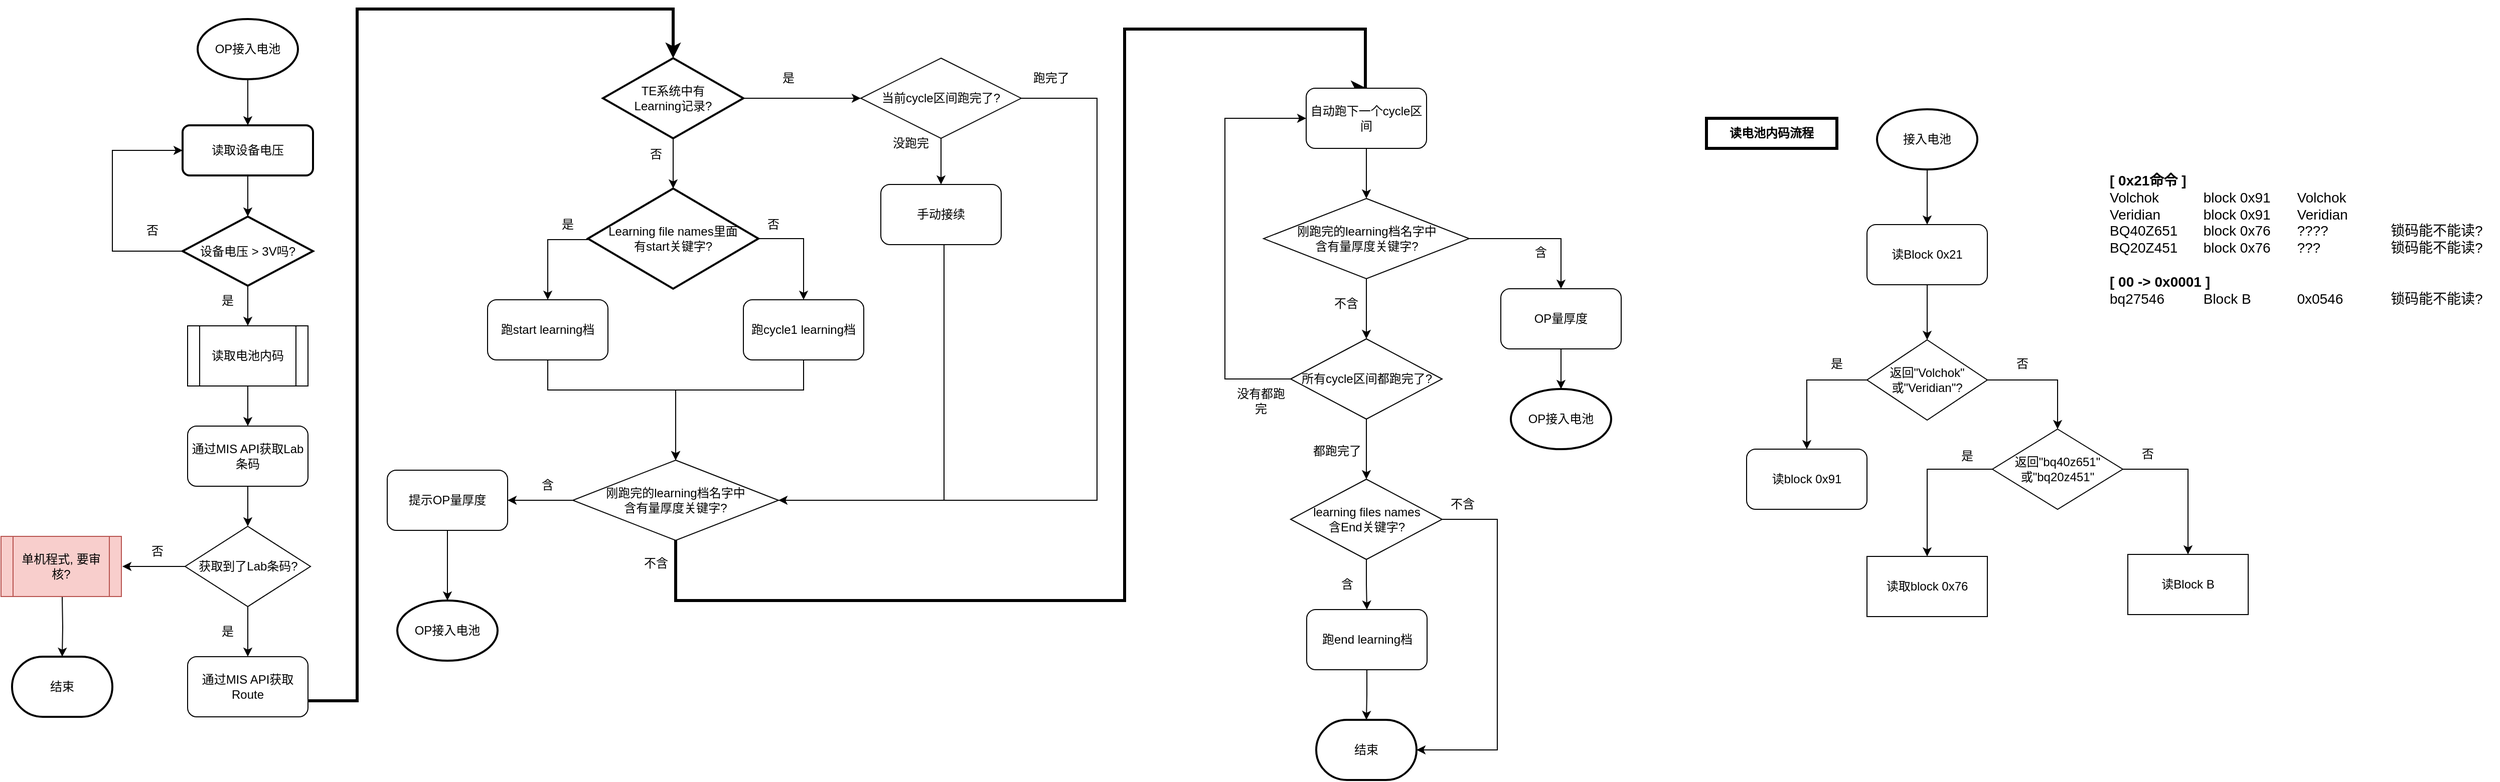
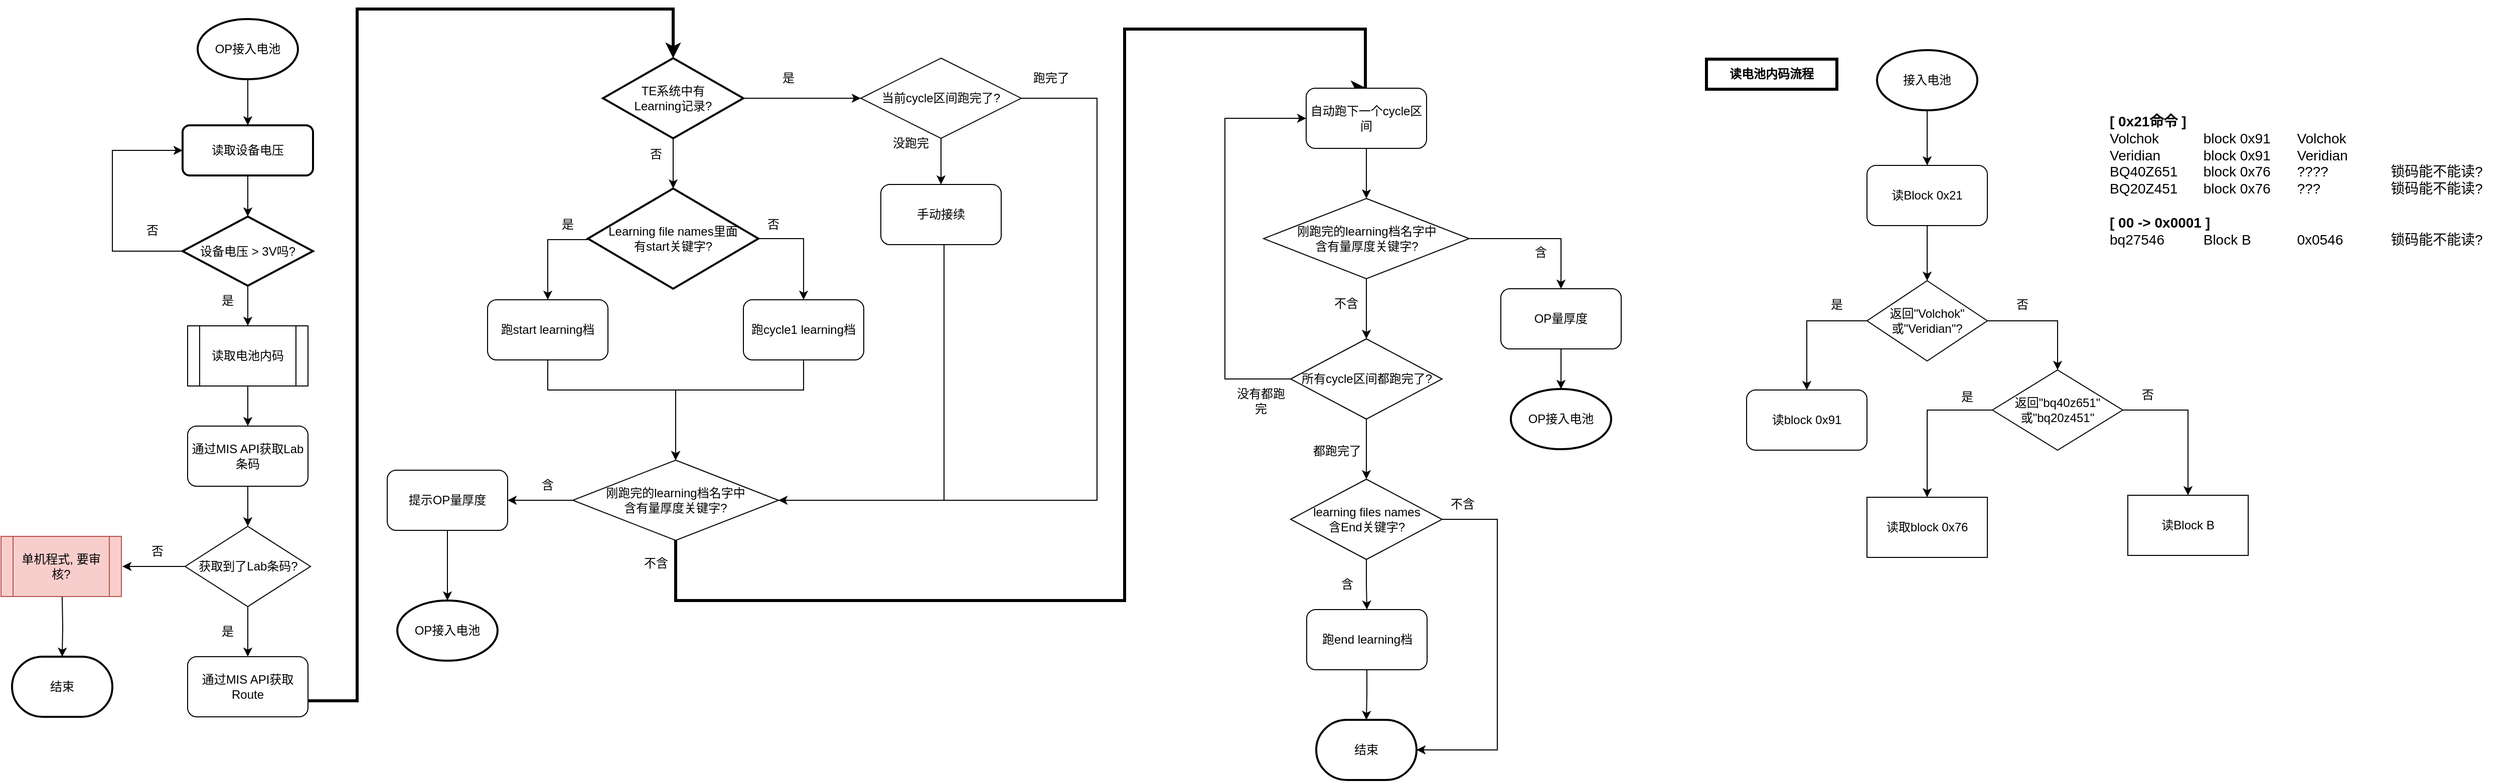
<mxfile host="app.diagrams.net">
  <diagram name="第 1 页" id="3HldnIOuQtLrwHUO-1mN">
    <mxGraphModel dx="1318" dy="774" grid="1" gridSize="10" guides="1" tooltips="1" connect="1" arrows="1" fold="1" page="1" pageScale="1" pageWidth="1169" pageHeight="827" background="#FFFFFF" math="0" shadow="0">
      <root>
        <mxCell id="0" />
        <mxCell id="1" parent="0" />
        <mxCell id="qRa3hty1LtdxE0hFs_0w-8" edge="1" parent="1" source="qRa3hty1LtdxE0hFs_0w-4" style="edgeStyle=orthogonalEdgeStyle;rounded=0;orthogonalLoop=1;jettySize=auto;html=1;" target="qRa3hty1LtdxE0hFs_0w-6" value="">
          <mxGeometry relative="1" as="geometry" />
        </mxCell>
        <mxCell id="qRa3hty1LtdxE0hFs_0w-4" parent="1" style="strokeWidth=2;html=1;shape=mxgraph.flowchart.start_1;whiteSpace=wrap;" value="OP接入电池" vertex="1">
          <mxGeometry height="60" width="100" x="216" y="20" as="geometry" />
        </mxCell>
        <mxCell id="qRa3hty1LtdxE0hFs_0w-9" edge="1" parent="1" source="qRa3hty1LtdxE0hFs_0w-6" style="edgeStyle=orthogonalEdgeStyle;rounded=0;orthogonalLoop=1;jettySize=auto;html=1;" target="qRa3hty1LtdxE0hFs_0w-7" value="">
          <mxGeometry relative="1" as="geometry" />
        </mxCell>
        <mxCell id="qRa3hty1LtdxE0hFs_0w-6" parent="1" style="rounded=1;whiteSpace=wrap;html=1;absoluteArcSize=1;arcSize=14;strokeWidth=2;" value="读取设备电压" vertex="1">
          <mxGeometry height="50" width="130" x="201" y="126" as="geometry" />
        </mxCell>
        <mxCell id="qRa3hty1LtdxE0hFs_0w-14" edge="1" parent="1" source="qRa3hty1LtdxE0hFs_0w-7" style="edgeStyle=orthogonalEdgeStyle;rounded=0;orthogonalLoop=1;jettySize=auto;html=1;" target="qRa3hty1LtdxE0hFs_0w-13" value="">
          <mxGeometry relative="1" as="geometry" />
        </mxCell>
        <mxCell id="qRa3hty1LtdxE0hFs_0w-25" edge="1" parent="1" source="qRa3hty1LtdxE0hFs_0w-7" style="edgeStyle=orthogonalEdgeStyle;rounded=0;orthogonalLoop=1;jettySize=auto;html=1;entryX=0;entryY=0.5;entryDx=0;entryDy=0;" target="qRa3hty1LtdxE0hFs_0w-6">
          <mxGeometry relative="1" as="geometry">
            <Array as="points">
              <mxPoint x="131" y="252" />
              <mxPoint x="131" y="151" />
            </Array>
            <mxPoint x="411" y="146" as="targetPoint" />
          </mxGeometry>
        </mxCell>
        <mxCell id="qRa3hty1LtdxE0hFs_0w-7" parent="1" style="strokeWidth=2;html=1;shape=mxgraph.flowchart.decision;whiteSpace=wrap;" value="设备电压 &amp;gt; 3V吗?" vertex="1">
          <mxGeometry height="69" width="130" x="201" y="217" as="geometry" />
        </mxCell>
        <mxCell id="qRa3hty1LtdxE0hFs_0w-11" parent="1" style="text;html=1;whiteSpace=wrap;strokeColor=none;fillColor=none;align=center;verticalAlign=middle;rounded=0;" value="&lt;div&gt;否&lt;/div&gt;" vertex="1">
          <mxGeometry height="30" width="60" x="141" y="216" as="geometry" />
        </mxCell>
        <mxCell id="qRa3hty1LtdxE0hFs_0w-12" parent="1" style="text;html=1;whiteSpace=wrap;strokeColor=none;fillColor=none;align=center;verticalAlign=middle;rounded=0;" value="&lt;div&gt;是&lt;/div&gt;" vertex="1">
          <mxGeometry height="30" width="60" x="216" y="286" as="geometry" />
        </mxCell>
        <mxCell id="qRa3hty1LtdxE0hFs_0w-16" edge="1" parent="1" source="qRa3hty1LtdxE0hFs_0w-13" style="edgeStyle=orthogonalEdgeStyle;rounded=0;orthogonalLoop=1;jettySize=auto;html=1;" target="qRa3hty1LtdxE0hFs_0w-15" value="">
          <mxGeometry relative="1" as="geometry" />
        </mxCell>
        <mxCell id="qRa3hty1LtdxE0hFs_0w-13" parent="1" style="shape=process;whiteSpace=wrap;html=1;backgroundOutline=1;" value="读取电池内码" vertex="1">
          <mxGeometry height="60" width="120" x="206" y="326" as="geometry" />
        </mxCell>
        <mxCell id="qRa3hty1LtdxE0hFs_0w-20" edge="1" parent="1" source="qRa3hty1LtdxE0hFs_0w-15" style="edgeStyle=orthogonalEdgeStyle;rounded=0;orthogonalLoop=1;jettySize=auto;html=1;" target="qRa3hty1LtdxE0hFs_0w-19" value="">
          <mxGeometry relative="1" as="geometry" />
        </mxCell>
        <mxCell id="qRa3hty1LtdxE0hFs_0w-15" parent="1" style="rounded=1;whiteSpace=wrap;html=1;" value="通过MIS API获取Lab条码" vertex="1">
          <mxGeometry height="60" width="120" x="206" y="426" as="geometry" />
        </mxCell>
        <mxCell id="qRa3hty1LtdxE0hFs_0w-31" edge="1" parent="1" source="qRa3hty1LtdxE0hFs_0w-17" style="edgeStyle=orthogonalEdgeStyle;rounded=0;orthogonalLoop=1;jettySize=auto;html=1;entryX=0.5;entryY=0;entryDx=0;entryDy=0;entryPerimeter=0;strokeWidth=3;" target="qRa3hty1LtdxE0hFs_0w-30" value="">
          <mxGeometry relative="1" as="geometry">
            <Array as="points">
              <mxPoint x="375" y="700" />
              <mxPoint x="375" y="10" />
              <mxPoint x="690" y="10" />
            </Array>
          </mxGeometry>
        </mxCell>
        <mxCell id="qRa3hty1LtdxE0hFs_0w-17" parent="1" style="rounded=1;whiteSpace=wrap;html=1;" value="通过MIS API获取Route" vertex="1">
          <mxGeometry height="60" width="120" x="206" y="656" as="geometry" />
        </mxCell>
        <mxCell id="qRa3hty1LtdxE0hFs_0w-21" edge="1" parent="1" source="qRa3hty1LtdxE0hFs_0w-19" style="edgeStyle=orthogonalEdgeStyle;rounded=0;orthogonalLoop=1;jettySize=auto;html=1;" target="qRa3hty1LtdxE0hFs_0w-17" value="">
          <mxGeometry relative="1" as="geometry" />
        </mxCell>
        <mxCell id="qRa3hty1LtdxE0hFs_0w-27" edge="1" parent="1" source="qRa3hty1LtdxE0hFs_0w-19" style="edgeStyle=orthogonalEdgeStyle;rounded=0;orthogonalLoop=1;jettySize=auto;html=1;" value="">
          <mxGeometry relative="1" as="geometry">
            <mxPoint x="141" y="566" as="targetPoint" />
          </mxGeometry>
        </mxCell>
        <mxCell id="qRa3hty1LtdxE0hFs_0w-19" parent="1" style="rhombus;whiteSpace=wrap;html=1;" value="获取到了Lab条码?" vertex="1">
          <mxGeometry height="80" width="125" x="203.5" y="526" as="geometry" />
        </mxCell>
        <mxCell id="qRa3hty1LtdxE0hFs_0w-22" parent="1" style="text;html=1;whiteSpace=wrap;strokeColor=none;fillColor=none;align=center;verticalAlign=middle;rounded=0;" value="是" vertex="1">
          <mxGeometry height="30" width="60" x="216" y="616" as="geometry" />
        </mxCell>
        <mxCell id="qRa3hty1LtdxE0hFs_0w-29" edge="1" parent="1" style="edgeStyle=orthogonalEdgeStyle;rounded=0;orthogonalLoop=1;jettySize=auto;html=1;" target="qRa3hty1LtdxE0hFs_0w-28" value="">
          <mxGeometry relative="1" as="geometry">
            <mxPoint x="81" y="596" as="sourcePoint" />
          </mxGeometry>
        </mxCell>
        <mxCell id="qRa3hty1LtdxE0hFs_0w-26" parent="1" style="shape=process;whiteSpace=wrap;html=1;backgroundOutline=1;fillColor=#f8cecc;strokeColor=#b85450;" value="单机程式, 要审核?" vertex="1">
          <mxGeometry height="60" width="120" x="20" y="536" as="geometry" />
        </mxCell>
        <mxCell id="qRa3hty1LtdxE0hFs_0w-28" parent="1" style="strokeWidth=2;html=1;shape=mxgraph.flowchart.terminator;whiteSpace=wrap;" value="结束" vertex="1">
          <mxGeometry height="60" width="100" x="31" y="656" as="geometry" />
        </mxCell>
        <mxCell id="qRa3hty1LtdxE0hFs_0w-34" edge="1" parent="1" source="qRa3hty1LtdxE0hFs_0w-30" style="edgeStyle=orthogonalEdgeStyle;rounded=0;orthogonalLoop=1;jettySize=auto;html=1;" target="qRa3hty1LtdxE0hFs_0w-33" value="">
          <mxGeometry relative="1" as="geometry" />
        </mxCell>
        <mxCell id="qRa3hty1LtdxE0hFs_0w-38" edge="1" parent="1" source="qRa3hty1LtdxE0hFs_0w-30" style="edgeStyle=orthogonalEdgeStyle;rounded=0;orthogonalLoop=1;jettySize=auto;html=1;" target="qRa3hty1LtdxE0hFs_0w-37" value="">
          <mxGeometry relative="1" as="geometry" />
        </mxCell>
        <mxCell id="qRa3hty1LtdxE0hFs_0w-30" parent="1" style="strokeWidth=2;html=1;shape=mxgraph.flowchart.decision;whiteSpace=wrap;" value="&lt;div&gt;TE系统中有&lt;/div&gt;&lt;div&gt;Learning记录?&lt;/div&gt;" vertex="1">
          <mxGeometry height="80" width="140" x="620" y="59" as="geometry" />
        </mxCell>
        <mxCell id="qRa3hty1LtdxE0hFs_0w-45" edge="1" parent="1" source="qRa3hty1LtdxE0hFs_0w-33" style="edgeStyle=orthogonalEdgeStyle;rounded=0;orthogonalLoop=1;jettySize=auto;html=1;" target="qRa3hty1LtdxE0hFs_0w-44" value="">
          <mxGeometry relative="1" as="geometry">
            <Array as="points">
              <mxPoint x="565" y="240" />
            </Array>
          </mxGeometry>
        </mxCell>
        <mxCell id="qRa3hty1LtdxE0hFs_0w-67" edge="1" parent="1" source="qRa3hty1LtdxE0hFs_0w-33" style="edgeStyle=orthogonalEdgeStyle;rounded=0;orthogonalLoop=1;jettySize=auto;html=1;entryX=0.5;entryY=0;entryDx=0;entryDy=0;exitX=1;exitY=0.5;exitDx=0;exitDy=0;exitPerimeter=0;" target="qRa3hty1LtdxE0hFs_0w-66">
          <mxGeometry relative="1" as="geometry" />
        </mxCell>
        <mxCell id="qRa3hty1LtdxE0hFs_0w-33" parent="1" style="strokeWidth=2;html=1;shape=mxgraph.flowchart.decision;whiteSpace=wrap;" value="&lt;div&gt;Learning file names里面&lt;/div&gt;&lt;div&gt;有start关键字?&lt;/div&gt;" vertex="1">
          <mxGeometry height="100" width="170" x="605" y="189" as="geometry" />
        </mxCell>
        <mxCell id="qRa3hty1LtdxE0hFs_0w-35" parent="1" style="text;html=1;whiteSpace=wrap;strokeColor=none;fillColor=none;align=center;verticalAlign=middle;rounded=0;" value="否" vertex="1">
          <mxGeometry height="30" width="60" x="642.5" y="140" as="geometry" />
        </mxCell>
        <mxCell id="qRa3hty1LtdxE0hFs_0w-36" parent="1" style="text;html=1;whiteSpace=wrap;strokeColor=none;fillColor=none;align=center;verticalAlign=middle;rounded=0;" value="是" vertex="1">
          <mxGeometry height="30" width="60" x="775" y="64" as="geometry" />
        </mxCell>
        <mxCell id="qRa3hty1LtdxE0hFs_0w-40" edge="1" parent="1" source="qRa3hty1LtdxE0hFs_0w-37" style="edgeStyle=orthogonalEdgeStyle;rounded=0;orthogonalLoop=1;jettySize=auto;html=1;" target="qRa3hty1LtdxE0hFs_0w-39" value="">
          <mxGeometry relative="1" as="geometry" />
        </mxCell>
        <mxCell id="qRa3hty1LtdxE0hFs_0w-115" edge="1" parent="1" style="edgeStyle=orthogonalEdgeStyle;rounded=0;orthogonalLoop=1;jettySize=auto;html=1;entryX=1;entryY=0.5;entryDx=0;entryDy=0;">
          <mxGeometry relative="1" as="geometry">
            <Array as="points">
              <mxPoint x="1112.5" y="99" />
              <mxPoint x="1112.5" y="500" />
            </Array>
            <mxPoint x="1022.5" y="99" as="sourcePoint" />
            <mxPoint x="767.5" y="500" as="targetPoint" />
          </mxGeometry>
        </mxCell>
        <mxCell id="qRa3hty1LtdxE0hFs_0w-37" parent="1" style="rhombus;whiteSpace=wrap;html=1;" value="当前cycle区间跑完了?" vertex="1">
          <mxGeometry height="80" width="160" x="877" y="59" as="geometry" />
        </mxCell>
        <mxCell id="qRa3hty1LtdxE0hFs_0w-74" edge="1" parent="1" source="qRa3hty1LtdxE0hFs_0w-39" style="edgeStyle=orthogonalEdgeStyle;rounded=0;orthogonalLoop=1;jettySize=auto;html=1;entryX=1;entryY=0.5;entryDx=0;entryDy=0;exitX=0.5;exitY=1;exitDx=0;exitDy=0;" target="qRa3hty1LtdxE0hFs_0w-49">
          <mxGeometry relative="1" as="geometry">
            <Array as="points">
              <mxPoint x="960" y="245" />
              <mxPoint x="960" y="500" />
            </Array>
            <mxPoint x="1005" y="240" as="sourcePoint" />
          </mxGeometry>
        </mxCell>
        <mxCell id="qRa3hty1LtdxE0hFs_0w-39" parent="1" style="rounded=1;whiteSpace=wrap;html=1;" value="手动接续" vertex="1">
          <mxGeometry height="60" width="120" x="897" y="185" as="geometry" />
        </mxCell>
        <mxCell id="qRa3hty1LtdxE0hFs_0w-41" parent="1" style="text;html=1;whiteSpace=wrap;strokeColor=none;fillColor=none;align=center;verticalAlign=middle;rounded=0;" value="没跑完" vertex="1">
          <mxGeometry height="30" width="60" x="897" y="129" as="geometry" />
        </mxCell>
        <mxCell id="qRa3hty1LtdxE0hFs_0w-71" edge="1" parent="1" source="qRa3hty1LtdxE0hFs_0w-44" style="edgeStyle=orthogonalEdgeStyle;rounded=0;orthogonalLoop=1;jettySize=auto;html=1;entryX=0.5;entryY=0;entryDx=0;entryDy=0;" target="qRa3hty1LtdxE0hFs_0w-49">
          <mxGeometry relative="1" as="geometry">
            <Array as="points">
              <mxPoint x="565" y="390" />
              <mxPoint x="693" y="390" />
            </Array>
          </mxGeometry>
        </mxCell>
        <mxCell id="qRa3hty1LtdxE0hFs_0w-44" parent="1" style="rounded=1;whiteSpace=wrap;html=1;" value="跑start learning档" vertex="1">
          <mxGeometry height="60" width="120" x="505" y="300" as="geometry" />
        </mxCell>
        <mxCell id="qRa3hty1LtdxE0hFs_0w-46" parent="1" style="text;html=1;whiteSpace=wrap;strokeColor=none;fillColor=none;align=center;verticalAlign=middle;rounded=0;" value="是" vertex="1">
          <mxGeometry height="30" width="60" x="555" y="210" as="geometry" />
        </mxCell>
        <mxCell id="qRa3hty1LtdxE0hFs_0w-52" edge="1" parent="1" source="qRa3hty1LtdxE0hFs_0w-49" style="edgeStyle=orthogonalEdgeStyle;rounded=0;orthogonalLoop=1;jettySize=auto;html=1;" target="qRa3hty1LtdxE0hFs_0w-51" value="">
          <mxGeometry relative="1" as="geometry" />
        </mxCell>
        <mxCell id="qRa3hty1LtdxE0hFs_0w-129" edge="1" parent="1" source="qRa3hty1LtdxE0hFs_0w-49" style="edgeStyle=orthogonalEdgeStyle;rounded=0;orthogonalLoop=1;jettySize=auto;html=1;entryX=0.5;entryY=0;entryDx=0;entryDy=0;exitX=0.5;exitY=1;exitDx=0;exitDy=0;strokeWidth=3;" target="qRa3hty1LtdxE0hFs_0w-55">
          <mxGeometry relative="1" as="geometry">
            <Array as="points">
              <mxPoint x="692" y="600" />
              <mxPoint x="1140" y="600" />
              <mxPoint x="1140" y="30" />
              <mxPoint x="1380" y="30" />
              <mxPoint x="1380" y="89" />
            </Array>
          </mxGeometry>
        </mxCell>
        <mxCell id="qRa3hty1LtdxE0hFs_0w-49" parent="1" style="rhombus;whiteSpace=wrap;html=1;" value="&lt;div&gt;刚跑完的learning档名字中&lt;/div&gt;&lt;div&gt;含有量厚度关键字?&lt;/div&gt;" vertex="1">
          <mxGeometry height="80" width="205" x="590" y="460" as="geometry" />
        </mxCell>
        <mxCell id="qRa3hty1LtdxE0hFs_0w-102" edge="1" parent="1" source="qRa3hty1LtdxE0hFs_0w-51" style="edgeStyle=orthogonalEdgeStyle;rounded=0;orthogonalLoop=1;jettySize=auto;html=1;" target="qRa3hty1LtdxE0hFs_0w-101" value="">
          <mxGeometry relative="1" as="geometry" />
        </mxCell>
        <mxCell id="qRa3hty1LtdxE0hFs_0w-51" parent="1" style="rounded=1;whiteSpace=wrap;html=1;" value="提示OP量厚度" vertex="1">
          <mxGeometry height="60" width="120" x="405" y="470" as="geometry" />
        </mxCell>
        <mxCell id="qRa3hty1LtdxE0hFs_0w-53" parent="1" style="text;html=1;whiteSpace=wrap;strokeColor=none;fillColor=none;align=center;verticalAlign=middle;rounded=0;" value="&lt;div&gt;含&lt;/div&gt;" vertex="1">
          <mxGeometry height="30" width="60" x="535" y="470" as="geometry" />
        </mxCell>
        <mxCell id="qRa3hty1LtdxE0hFs_0w-130" edge="1" parent="1" source="qRa3hty1LtdxE0hFs_0w-55" style="edgeStyle=orthogonalEdgeStyle;rounded=0;orthogonalLoop=1;jettySize=auto;html=1;" target="qRa3hty1LtdxE0hFs_0w-88" value="">
          <mxGeometry relative="1" as="geometry" />
        </mxCell>
        <mxCell id="qRa3hty1LtdxE0hFs_0w-55" parent="1" style="rounded=1;whiteSpace=wrap;html=1;" value="自动跑下一个cycle区间" vertex="1">
          <mxGeometry height="60" width="120" x="1321" y="89" as="geometry" />
        </mxCell>
        <mxCell id="qRa3hty1LtdxE0hFs_0w-57" parent="1" style="text;html=1;whiteSpace=wrap;strokeColor=none;fillColor=none;align=center;verticalAlign=middle;rounded=0;" value="否" vertex="1">
          <mxGeometry height="30" width="60" x="146" y="536" as="geometry" />
        </mxCell>
        <mxCell id="qRa3hty1LtdxE0hFs_0w-58" parent="1" style="text;html=1;whiteSpace=wrap;strokeColor=none;fillColor=none;align=center;verticalAlign=middle;rounded=0;" value="跑完了" vertex="1">
          <mxGeometry height="30" width="60" x="1037" y="64" as="geometry" />
        </mxCell>
        <mxCell id="qRa3hty1LtdxE0hFs_0w-73" edge="1" parent="1" source="qRa3hty1LtdxE0hFs_0w-66" style="edgeStyle=orthogonalEdgeStyle;rounded=0;orthogonalLoop=1;jettySize=auto;html=1;entryX=0.5;entryY=0;entryDx=0;entryDy=0;" target="qRa3hty1LtdxE0hFs_0w-49">
          <mxGeometry relative="1" as="geometry">
            <Array as="points">
              <mxPoint x="820" y="390" />
              <mxPoint x="693" y="390" />
            </Array>
          </mxGeometry>
        </mxCell>
        <mxCell id="qRa3hty1LtdxE0hFs_0w-66" parent="1" style="rounded=1;whiteSpace=wrap;html=1;" value="跑cycle1 learning档" vertex="1">
          <mxGeometry height="60" width="120" x="760" y="300" as="geometry" />
        </mxCell>
        <mxCell id="qRa3hty1LtdxE0hFs_0w-68" parent="1" style="text;html=1;whiteSpace=wrap;strokeColor=none;fillColor=none;align=center;verticalAlign=middle;rounded=0;" value="否" vertex="1">
          <mxGeometry height="30" width="60" x="760" y="210" as="geometry" />
        </mxCell>
        <mxCell id="qRa3hty1LtdxE0hFs_0w-75" parent="1" style="text;html=1;whiteSpace=wrap;strokeColor=none;fillColor=none;align=center;verticalAlign=middle;rounded=0;" value="不含" vertex="1">
          <mxGeometry height="30" width="60" x="642.5" y="548" as="geometry" />
        </mxCell>
        <mxCell id="qRa3hty1LtdxE0hFs_0w-132" edge="1" parent="1" source="qRa3hty1LtdxE0hFs_0w-88" style="edgeStyle=orthogonalEdgeStyle;rounded=0;orthogonalLoop=1;jettySize=auto;html=1;" target="qRa3hty1LtdxE0hFs_0w-91" value="">
          <mxGeometry relative="1" as="geometry" />
        </mxCell>
        <mxCell id="qRa3hty1LtdxE0hFs_0w-134" edge="1" parent="1" source="qRa3hty1LtdxE0hFs_0w-88" style="edgeStyle=orthogonalEdgeStyle;rounded=0;orthogonalLoop=1;jettySize=auto;html=1;" target="qRa3hty1LtdxE0hFs_0w-107" value="">
          <mxGeometry relative="1" as="geometry" />
        </mxCell>
        <mxCell id="qRa3hty1LtdxE0hFs_0w-88" parent="1" style="rhombus;whiteSpace=wrap;html=1;" value="&lt;div&gt;刚跑完的learning档名字中&lt;/div&gt;&lt;div&gt;含有量厚度关键字?&lt;/div&gt;" vertex="1">
          <mxGeometry height="80" width="205" x="1278.5" y="199" as="geometry" />
        </mxCell>
        <mxCell id="qRa3hty1LtdxE0hFs_0w-104" edge="1" parent="1" source="qRa3hty1LtdxE0hFs_0w-91" style="edgeStyle=orthogonalEdgeStyle;rounded=0;orthogonalLoop=1;jettySize=auto;html=1;" target="qRa3hty1LtdxE0hFs_0w-103" value="">
          <mxGeometry relative="1" as="geometry" />
        </mxCell>
        <mxCell id="qRa3hty1LtdxE0hFs_0w-91" parent="1" style="rounded=1;whiteSpace=wrap;html=1;" value="OP量厚度" vertex="1">
          <mxGeometry height="60" width="120" x="1515" y="289" as="geometry" />
        </mxCell>
        <mxCell id="qRa3hty1LtdxE0hFs_0w-93" parent="1" style="text;html=1;whiteSpace=wrap;strokeColor=none;fillColor=none;align=center;verticalAlign=middle;rounded=0;" value="含" vertex="1">
          <mxGeometry height="30" width="60" x="1525" y="238" as="geometry" />
        </mxCell>
        <mxCell id="qRa3hty1LtdxE0hFs_0w-95" parent="1" style="text;html=1;whiteSpace=wrap;strokeColor=none;fillColor=none;align=center;verticalAlign=middle;rounded=0;" value="不含" vertex="1">
          <mxGeometry height="30" width="60" x="1331" y="289" as="geometry" />
        </mxCell>
        <mxCell id="qRa3hty1LtdxE0hFs_0w-101" parent="1" style="strokeWidth=2;html=1;shape=mxgraph.flowchart.start_1;whiteSpace=wrap;" value="OP接入电池" vertex="1">
          <mxGeometry height="60" width="100" x="415" y="600" as="geometry" />
        </mxCell>
        <mxCell id="qRa3hty1LtdxE0hFs_0w-103" parent="1" style="strokeWidth=2;html=1;shape=mxgraph.flowchart.start_1;whiteSpace=wrap;" value="OP接入电池" vertex="1">
          <mxGeometry height="60" width="100" x="1525" y="389" as="geometry" />
        </mxCell>
        <mxCell id="qRa3hty1LtdxE0hFs_0w-118" edge="1" parent="1" source="qRa3hty1LtdxE0hFs_0w-107" style="edgeStyle=orthogonalEdgeStyle;rounded=0;orthogonalLoop=1;jettySize=auto;html=1;" target="qRa3hty1LtdxE0hFs_0w-117" value="">
          <mxGeometry relative="1" as="geometry" />
        </mxCell>
        <mxCell id="qRa3hty1LtdxE0hFs_0w-135" edge="1" parent="1" source="qRa3hty1LtdxE0hFs_0w-107" style="edgeStyle=orthogonalEdgeStyle;rounded=0;orthogonalLoop=1;jettySize=auto;html=1;entryX=0;entryY=0.5;entryDx=0;entryDy=0;" target="qRa3hty1LtdxE0hFs_0w-55">
          <mxGeometry relative="1" as="geometry">
            <Array as="points">
              <mxPoint x="1240" y="379" />
              <mxPoint x="1240" y="119" />
            </Array>
            <mxPoint x="1250" y="140" as="targetPoint" />
          </mxGeometry>
        </mxCell>
        <mxCell id="qRa3hty1LtdxE0hFs_0w-107" parent="1" style="rhombus;whiteSpace=wrap;html=1;" value="所有cycle区间都跑完了?" vertex="1">
          <mxGeometry height="80" width="151" x="1305.5" y="339" as="geometry" />
        </mxCell>
        <mxCell id="qRa3hty1LtdxE0hFs_0w-111" parent="1" style="text;html=1;whiteSpace=wrap;strokeColor=none;fillColor=none;align=center;verticalAlign=middle;rounded=0;" value="没有都跑完" vertex="1">
          <mxGeometry height="30" width="60" x="1245.5" y="386" as="geometry" />
        </mxCell>
        <mxCell id="qRa3hty1LtdxE0hFs_0w-112" parent="1" style="strokeWidth=2;html=1;shape=mxgraph.flowchart.terminator;whiteSpace=wrap;" value="结束" vertex="1">
          <mxGeometry height="60" width="100" x="1331" y="719" as="geometry" />
        </mxCell>
        <mxCell id="qRa3hty1LtdxE0hFs_0w-114" parent="1" style="text;html=1;whiteSpace=wrap;strokeColor=none;fillColor=none;align=center;verticalAlign=middle;rounded=0;" value="都跑完了" vertex="1">
          <mxGeometry height="30" width="60" x="1322" y="436" as="geometry" />
        </mxCell>
        <mxCell id="qRa3hty1LtdxE0hFs_0w-122" edge="1" parent="1" source="qRa3hty1LtdxE0hFs_0w-117" style="edgeStyle=orthogonalEdgeStyle;rounded=0;orthogonalLoop=1;jettySize=auto;html=1;" target="qRa3hty1LtdxE0hFs_0w-120" value="">
          <mxGeometry relative="1" as="geometry" />
        </mxCell>
        <mxCell id="qRa3hty1LtdxE0hFs_0w-117" parent="1" style="rhombus;whiteSpace=wrap;html=1;" value="&lt;div&gt;learning files names&lt;/div&gt;&lt;div&gt;含End关键字?&lt;/div&gt;" vertex="1">
          <mxGeometry height="80" width="151" x="1305.5" y="479" as="geometry" />
        </mxCell>
        <mxCell id="qRa3hty1LtdxE0hFs_0w-121" edge="1" parent="1" source="qRa3hty1LtdxE0hFs_0w-120" style="edgeStyle=orthogonalEdgeStyle;rounded=0;orthogonalLoop=1;jettySize=auto;html=1;" target="qRa3hty1LtdxE0hFs_0w-112" value="">
          <mxGeometry relative="1" as="geometry" />
        </mxCell>
        <mxCell id="qRa3hty1LtdxE0hFs_0w-120" parent="1" style="rounded=1;whiteSpace=wrap;html=1;" value="跑end learning档" vertex="1">
          <mxGeometry height="60" width="120" x="1321.5" y="609" as="geometry" />
        </mxCell>
        <mxCell id="qRa3hty1LtdxE0hFs_0w-123" parent="1" style="text;html=1;whiteSpace=wrap;strokeColor=none;fillColor=none;align=center;verticalAlign=middle;rounded=0;" value="含" vertex="1">
          <mxGeometry height="30" width="60" x="1331.5" y="569" as="geometry" />
        </mxCell>
        <mxCell id="qRa3hty1LtdxE0hFs_0w-124" edge="1" parent="1" source="qRa3hty1LtdxE0hFs_0w-117" style="edgeStyle=orthogonalEdgeStyle;rounded=0;orthogonalLoop=1;jettySize=auto;html=1;entryX=1;entryY=0.5;entryDx=0;entryDy=0;entryPerimeter=0;" target="qRa3hty1LtdxE0hFs_0w-112">
          <mxGeometry relative="1" as="geometry">
            <Array as="points">
              <mxPoint x="1511.5" y="519" />
              <mxPoint x="1511.5" y="749" />
            </Array>
          </mxGeometry>
        </mxCell>
        <mxCell id="qRa3hty1LtdxE0hFs_0w-125" parent="1" style="text;html=1;whiteSpace=wrap;strokeColor=none;fillColor=none;align=center;verticalAlign=middle;rounded=0;" value="不含" vertex="1">
          <mxGeometry height="30" width="60" x="1446.5" y="489" as="geometry" />
        </mxCell>
        <mxCell id="PsBZDfwHha2lWDHOalyY-6" edge="1" parent="1" source="qRa3hty1LtdxE0hFs_0w-136" style="edgeStyle=orthogonalEdgeStyle;rounded=0;orthogonalLoop=1;jettySize=auto;html=1;" target="PsBZDfwHha2lWDHOalyY-3" value="">
          <mxGeometry relative="1" as="geometry" />
        </mxCell>
        <mxCell id="qRa3hty1LtdxE0hFs_0w-136" parent="1" style="strokeWidth=2;html=1;shape=mxgraph.flowchart.start_1;whiteSpace=wrap;" value="接入电池" vertex="1">
-           <mxGeometry height="60" width="100" x="1890" y="110" as="geometry" />
+           <mxGeometry height="60" width="100" x="1890" y="51" as="geometry" />
        </mxCell>
        <mxCell id="PsBZDfwHha2lWDHOalyY-1" parent="1" style="text;html=1;whiteSpace=wrap;strokeColor=default;fillColor=none;align=center;verticalAlign=middle;rounded=0;fontStyle=1;strokeWidth=3;" value="读电池内码流程" vertex="1">
-           <mxGeometry height="30" width="130" x="1720" y="119" as="geometry" />
+           <mxGeometry height="30" width="130" x="1720" y="60" as="geometry" />
        </mxCell>
        <mxCell id="PsBZDfwHha2lWDHOalyY-2" parent="1" style="text;html=1;whiteSpace=wrap;strokeColor=none;fillColor=none;align=left;verticalAlign=top;rounded=0;fontSize=14;" value="&lt;div&gt;&lt;b&gt;[ 0x21命令 ]&lt;/b&gt;&lt;/div&gt;&lt;div&gt;Volchok&lt;span style=&quot;white-space: pre;&quot;&gt;&#x9;&lt;/span&gt;&lt;span style=&quot;white-space: pre;&quot;&gt;&#x9;&lt;/span&gt;block 0x91&lt;span style=&quot;white-space: pre;&quot;&gt;&#x9;&lt;/span&gt;Volchok&lt;/div&gt;&lt;div&gt;Veridian&lt;span style=&quot;white-space: pre;&quot;&gt;&lt;span style=&quot;white-space: pre;&quot;&gt;&#x9;&lt;/span&gt;&lt;span style=&quot;white-space: pre;&quot;&gt;&#x9;&lt;/span&gt;block 0x91&#x9;Veridian&lt;/span&gt;&lt;/div&gt;&lt;div&gt;BQ40Z651&lt;span style=&quot;white-space: pre;&quot;&gt;&#x9;block 0x76&lt;/span&gt;&lt;span style=&quot;white-space: pre;&quot;&gt;&#x9;????&lt;span style=&quot;white-space: pre;&quot;&gt;&#x9;&lt;/span&gt;&lt;span style=&quot;white-space: pre;&quot;&gt;&#x9;&lt;/span&gt;锁码能不能读?&lt;/span&gt;&lt;/div&gt;&lt;div&gt;&lt;span style=&quot;white-space: pre;&quot;&gt;BQ20Z451&lt;span style=&quot;white-space: pre;&quot;&gt;&#x9;&lt;/span&gt;block 0x76&lt;span style=&quot;white-space: pre;&quot;&gt;&#x9;???&lt;span style=&quot;white-space: pre;&quot;&gt;&#x9;&lt;/span&gt;&lt;span style=&quot;white-space: pre;&quot;&gt;&#x9;&lt;/span&gt;&lt;span style=&quot;white-space: pre;&quot;&gt;&#x9;&lt;/span&gt;锁码能不能读?&lt;/span&gt;&lt;/span&gt;&lt;/div&gt;&lt;div&gt;&lt;br&gt;&lt;/div&gt;&lt;div&gt;&lt;b&gt;[ 00 -&amp;gt; 0x0001 ]&lt;/b&gt;&lt;/div&gt;&lt;div&gt;bq27546&lt;span style=&quot;white-space: pre;&quot;&gt;&#x9;&lt;/span&gt;&lt;span style=&quot;white-space: pre;&quot;&gt;&#x9;Block B&lt;span style=&quot;white-space: pre;&quot;&gt;&#x9;&lt;/span&gt;&lt;span style=&quot;white-space: pre;&quot;&gt;&#x9;&lt;/span&gt;0x0546&lt;span style=&quot;white-space: pre;&quot;&gt;&#x9;&lt;/span&gt;&lt;span style=&quot;white-space: pre;&quot;&gt;&#x9;&lt;/span&gt;锁码能不能读?&lt;/span&gt;&lt;/div&gt;&lt;div&gt;&lt;br&gt;&lt;/div&gt;" vertex="1">
-           <mxGeometry height="174.5" width="390" x="2120" y="165.5" as="geometry" />
+           <mxGeometry height="174.5" width="390" x="2120" y="106.5" as="geometry" />
        </mxCell>
        <mxCell id="PsBZDfwHha2lWDHOalyY-7" edge="1" parent="1" source="PsBZDfwHha2lWDHOalyY-3" style="edgeStyle=orthogonalEdgeStyle;rounded=0;orthogonalLoop=1;jettySize=auto;html=1;" target="PsBZDfwHha2lWDHOalyY-5" value="">
          <mxGeometry relative="1" as="geometry" />
        </mxCell>
        <mxCell id="PsBZDfwHha2lWDHOalyY-3" parent="1" style="rounded=1;whiteSpace=wrap;html=1;" value="读Block 0x21" vertex="1">
-           <mxGeometry height="60" width="120" x="1880" y="225" as="geometry" />
+           <mxGeometry height="60" width="120" x="1880" y="166" as="geometry" />
        </mxCell>
        <mxCell id="PsBZDfwHha2lWDHOalyY-27" edge="1" parent="1" source="PsBZDfwHha2lWDHOalyY-5" style="edgeStyle=orthogonalEdgeStyle;rounded=0;orthogonalLoop=1;jettySize=auto;html=1;" target="PsBZDfwHha2lWDHOalyY-26" value="">
          <mxGeometry relative="1" as="geometry" />
        </mxCell>
        <mxCell id="PsBZDfwHha2lWDHOalyY-35" edge="1" parent="1" source="PsBZDfwHha2lWDHOalyY-5" style="edgeStyle=orthogonalEdgeStyle;rounded=0;orthogonalLoop=1;jettySize=auto;html=1;entryX=0.5;entryY=0;entryDx=0;entryDy=0;" target="PsBZDfwHha2lWDHOalyY-12">
          <mxGeometry relative="1" as="geometry">
            <Array as="points">
-               <mxPoint x="1820" y="380" />
+               <mxPoint x="1820" y="321" />
            </Array>
          </mxGeometry>
        </mxCell>
        <mxCell id="PsBZDfwHha2lWDHOalyY-5" parent="1" style="rhombus;whiteSpace=wrap;html=1;" value="&lt;div&gt;返回&quot;Volchok&quot;&lt;/div&gt;&lt;div&gt;或&quot;Veridian&quot;?&lt;/div&gt;" vertex="1">
-           <mxGeometry height="80" width="120" x="1880" y="340" as="geometry" />
+           <mxGeometry height="80" width="120" x="1880" y="281" as="geometry" />
        </mxCell>
        <mxCell id="PsBZDfwHha2lWDHOalyY-12" parent="1" style="rounded=1;whiteSpace=wrap;html=1;" value="读block 0x91" vertex="1">
-           <mxGeometry height="60" width="120" x="1760" y="449" as="geometry" />
+           <mxGeometry height="60" width="120" x="1760" y="390" as="geometry" />
        </mxCell>
        <mxCell id="PsBZDfwHha2lWDHOalyY-14" parent="1" style="text;html=1;whiteSpace=wrap;strokeColor=none;fillColor=none;align=center;verticalAlign=middle;rounded=0;" value="是" vertex="1">
-           <mxGeometry height="30" width="60" x="1820" y="349" as="geometry" />
+           <mxGeometry height="30" width="60" x="1820" y="290" as="geometry" />
        </mxCell>
        <mxCell id="PsBZDfwHha2lWDHOalyY-29" edge="1" parent="1" source="PsBZDfwHha2lWDHOalyY-26" style="edgeStyle=orthogonalEdgeStyle;rounded=0;orthogonalLoop=1;jettySize=auto;html=1;" target="PsBZDfwHha2lWDHOalyY-28" value="">
          <mxGeometry relative="1" as="geometry" />
        </mxCell>
        <mxCell id="PsBZDfwHha2lWDHOalyY-32" edge="1" parent="1" source="PsBZDfwHha2lWDHOalyY-26" style="edgeStyle=orthogonalEdgeStyle;rounded=0;orthogonalLoop=1;jettySize=auto;html=1;" target="PsBZDfwHha2lWDHOalyY-31" value="">
          <mxGeometry relative="1" as="geometry" />
        </mxCell>
        <mxCell id="PsBZDfwHha2lWDHOalyY-26" parent="1" style="rhombus;whiteSpace=wrap;html=1;" value="&lt;div&gt;返回&quot;bq40z651&quot;&lt;/div&gt;&lt;div&gt;或&quot;bq20z451&quot;&lt;/div&gt;" vertex="1">
-           <mxGeometry height="80" width="130" x="2005" y="429" as="geometry" />
+           <mxGeometry height="80" width="130" x="2005" y="370" as="geometry" />
        </mxCell>
        <mxCell id="PsBZDfwHha2lWDHOalyY-28" parent="1" style="whiteSpace=wrap;html=1;" value="读取block 0x76" vertex="1">
-           <mxGeometry height="60" width="120" x="1880" y="556" as="geometry" />
+           <mxGeometry height="60" width="120" x="1880" y="497" as="geometry" />
        </mxCell>
        <mxCell id="PsBZDfwHha2lWDHOalyY-30" parent="1" style="text;html=1;whiteSpace=wrap;strokeColor=none;fillColor=none;align=center;verticalAlign=middle;rounded=0;" value="是" vertex="1">
-           <mxGeometry height="30" width="60" x="1950" y="441" as="geometry" />
+           <mxGeometry height="30" width="60" x="1950" y="382" as="geometry" />
        </mxCell>
        <mxCell id="PsBZDfwHha2lWDHOalyY-31" parent="1" style="whiteSpace=wrap;html=1;" value="读Block B" vertex="1">
-           <mxGeometry height="60" width="120" x="2140" y="554" as="geometry" />
+           <mxGeometry height="60" width="120" x="2140" y="495" as="geometry" />
        </mxCell>
        <mxCell id="PsBZDfwHha2lWDHOalyY-33" parent="1" style="text;html=1;whiteSpace=wrap;strokeColor=none;fillColor=none;align=center;verticalAlign=middle;rounded=0;" value="否" vertex="1">
-           <mxGeometry height="30" width="60" x="2005" y="349" as="geometry" />
+           <mxGeometry height="30" width="60" x="2005" y="290" as="geometry" />
        </mxCell>
        <mxCell id="PsBZDfwHha2lWDHOalyY-34" parent="1" style="text;html=1;whiteSpace=wrap;strokeColor=none;fillColor=none;align=center;verticalAlign=middle;rounded=0;" value="否" vertex="1">
-           <mxGeometry height="30" width="60" x="2130" y="439" as="geometry" />
+           <mxGeometry height="30" width="60" x="2130" y="380" as="geometry" />
        </mxCell>
      </root>
    </mxGraphModel>
  </diagram>
</mxfile>
